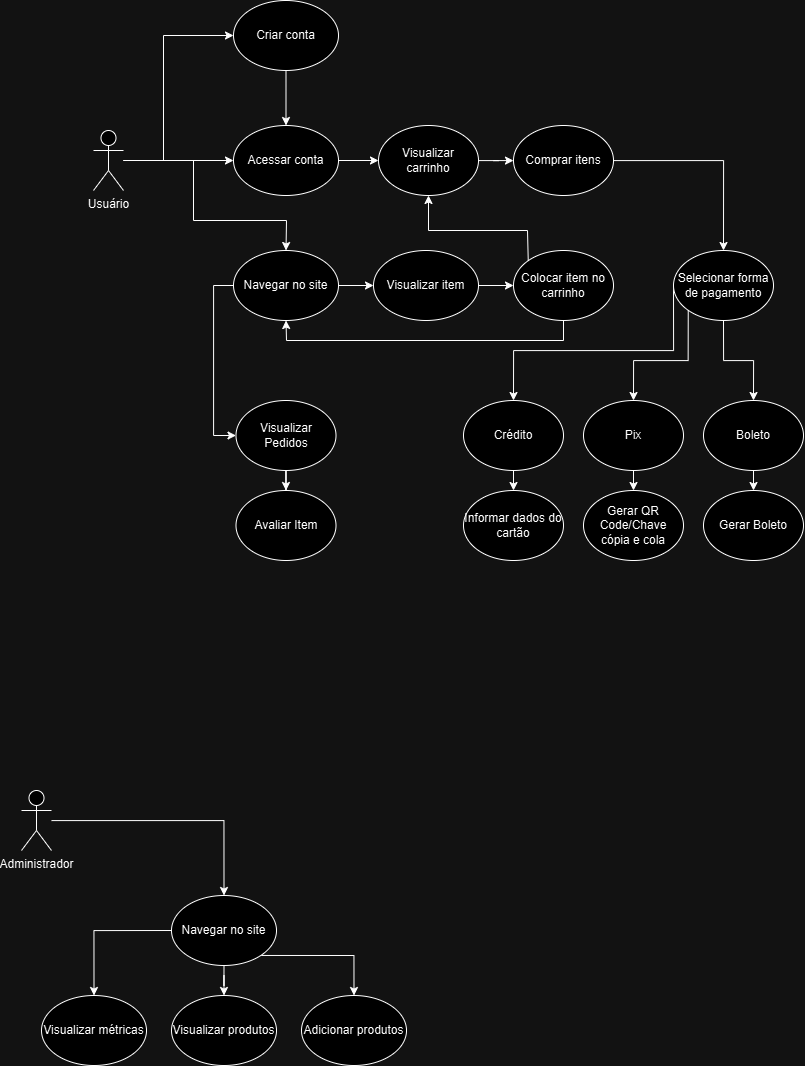
Earlier version of the draw.io export Diagrama de casos de uso.png (Fconeto/Projeto-APS). Source tidied: cells renumbered, new cells last; positions are measured from the earlier drawing's top-left corner, leaving out a move shared by most shapes. The source it was exported from:
```xml
<mxGraphModel>
  <root>
    <mxCell id="0" />
    <mxCell id="1" parent="0" />
    <mxCell id="2" style="edgeStyle=orthogonalEdgeStyle;rounded=0;jettySize=auto;html=1;entryX=0;entryY=0.5;entryDx=0;entryDy=0;" parent="1" edge="1" source="3" target="6">
      <mxGeometry relative="1" as="geometry" />
    </mxCell>
    <mxCell id="3" value="Usuário" style="shape=umlActor;verticalLabelPosition=bottom;verticalAlign=top;html=1;outlineConnect=0;" parent="1" vertex="1">
      <mxGeometry x="72" y="130" width="30" height="60" as="geometry" />
    </mxCell>
    <mxCell id="4" value="Criar conta" style="ellipse;whiteSpace=wrap;html=1;" parent="1" vertex="1">
      <mxGeometry x="212" width="105" height="70" as="geometry" />
    </mxCell>
    <mxCell id="5" style="edgeStyle=orthogonalEdgeStyle;rounded=0;jettySize=auto;html=1;" parent="1" edge="1" source="6" target="18">
      <mxGeometry relative="1" as="geometry" />
    </mxCell>
    <mxCell id="6" value="Acessar conta" style="ellipse;whiteSpace=wrap;html=1;" parent="1" vertex="1">
      <mxGeometry x="212" y="125" width="105" height="70" as="geometry" />
    </mxCell>
    <mxCell id="7" style="edgeStyle=orthogonalEdgeStyle;rounded=0;jettySize=auto;html=1;exitX=0;exitY=0.5;exitDx=0;exitDy=0;entryX=0;entryY=0.5;entryDx=0;entryDy=0;" parent="1" edge="1" source="8" target="45">
      <mxGeometry relative="1" as="geometry" />
    </mxCell>
    <mxCell id="8" value="Navegar no site" style="ellipse;whiteSpace=wrap;html=1;" parent="1" vertex="1">
      <mxGeometry x="212" y="250" width="105" height="70" as="geometry" />
    </mxCell>
    <mxCell id="9" style="endArrow=classic;html=1;rounded=0;" parent="1" edge="1">
      <mxGeometry relative="1" as="geometry">
        <mxPoint x="102" y="160" as="sourcePoint" />
        <mxPoint x="212" y="35" as="targetPoint" />
        <Array as="points">
          <mxPoint x="142" y="160" />
          <mxPoint x="142" y="35" />
        </Array>
      </mxGeometry>
    </mxCell>
    <mxCell id="10" style="endArrow=classic;html=1;rounded=0;entryX=0.5;entryY=0;entryDx=0;entryDy=0;" parent="1" edge="1" source="3" target="8">
      <mxGeometry relative="1" as="geometry">
        <Array as="points">
          <mxPoint x="172" y="160" />
          <mxPoint x="172" y="220" />
          <mxPoint x="265" y="220" />
        </Array>
      </mxGeometry>
    </mxCell>
    <mxCell id="11" style="endArrow=classic;html=1;rounded=0;exitX=0.5;exitY=1;exitDx=0;exitDy=0;" parent="1" edge="1" source="4" target="6">
      <mxGeometry relative="1" as="geometry" />
    </mxCell>
    <mxCell id="12" value="Visualizar item" style="ellipse;whiteSpace=wrap;html=1;" parent="1" vertex="1">
      <mxGeometry x="352" y="250" width="105" height="70" as="geometry" />
    </mxCell>
    <mxCell id="13" value="Colocar item no carrinho" style="ellipse;whiteSpace=wrap;html=1;" parent="1" vertex="1">
      <mxGeometry x="492" y="250" width="100" height="70" as="geometry" />
    </mxCell>
    <mxCell id="14" style="endArrow=classic;html=1;rounded=0;exitX=1;exitY=0.5;exitDx=0;exitDy=0;entryX=0;entryY=0.5;entryDx=0;entryDy=0;" parent="1" edge="1" source="8" target="12">
      <mxGeometry relative="1" as="geometry" />
    </mxCell>
    <mxCell id="15" style="endArrow=classic;html=1;rounded=0;entryX=0;entryY=0.5;entryDx=0;entryDy=0;exitX=1;exitY=0.5;exitDx=0;exitDy=0;" parent="1" edge="1" source="12" target="13">
      <mxGeometry relative="1" as="geometry" />
    </mxCell>
    <mxCell id="16" style="endArrow=classic;html=1;rounded=0;exitX=0.5;exitY=1;exitDx=0;exitDy=0;entryX=0.5;entryY=1;entryDx=0;entryDy=0;" parent="1" edge="1" source="13" target="8">
      <mxGeometry relative="1" as="geometry">
        <Array as="points">
          <mxPoint x="542" y="340" />
          <mxPoint x="265" y="340" />
        </Array>
      </mxGeometry>
    </mxCell>
    <mxCell id="17" style="edgeStyle=orthogonalEdgeStyle;rounded=0;jettySize=auto;html=1;" parent="1" edge="1" source="18" target="21">
      <mxGeometry relative="1" as="geometry" />
    </mxCell>
    <mxCell id="18" value="Visualizar carrinho" style="ellipse;whiteSpace=wrap;html=1;" parent="1" vertex="1">
      <mxGeometry x="357" y="125" width="100" height="70" as="geometry" />
    </mxCell>
    <mxCell id="19" style="endArrow=classic;html=1;rounded=0;exitX=0;exitY=0;exitDx=0;exitDy=0;entryX=0.5;entryY=1;entryDx=0;entryDy=0;" parent="1" edge="1" source="13" target="18">
      <mxGeometry relative="1" as="geometry">
        <Array as="points">
          <mxPoint x="506" y="230" />
          <mxPoint x="407" y="230" />
        </Array>
      </mxGeometry>
    </mxCell>
    <mxCell id="20" style="edgeStyle=orthogonalEdgeStyle;rounded=0;jettySize=auto;html=1;" parent="1" edge="1" source="21" target="25">
      <mxGeometry relative="1" as="geometry" />
    </mxCell>
    <mxCell id="21" value="Comprar itens" style="ellipse;whiteSpace=wrap;html=1;" parent="1" vertex="1">
      <mxGeometry x="492" y="125" width="100" height="70" as="geometry" />
    </mxCell>
    <mxCell id="22" style="edgeStyle=orthogonalEdgeStyle;rounded=0;jettySize=auto;html=1;" parent="1" edge="1" source="25" target="27">
      <mxGeometry relative="1" as="geometry" />
    </mxCell>
    <mxCell id="23" style="edgeStyle=orthogonalEdgeStyle;rounded=0;jettySize=auto;html=1;exitX=0;exitY=1;exitDx=0;exitDy=0;" parent="1" edge="1" source="25" target="28">
      <mxGeometry relative="1" as="geometry" />
    </mxCell>
    <mxCell id="24" style="edgeStyle=orthogonalEdgeStyle;rounded=0;jettySize=auto;html=1;exitX=0;exitY=0.5;exitDx=0;exitDy=0;entryX=0.5;entryY=0;entryDx=0;entryDy=0;" parent="1" edge="1" source="25" target="26">
      <mxGeometry relative="1" as="geometry">
        <Array as="points">
          <mxPoint x="652" y="350" />
          <mxPoint x="492" y="350" />
        </Array>
      </mxGeometry>
    </mxCell>
    <mxCell id="25" value="Selecionar forma de pagamento" style="ellipse;whiteSpace=wrap;html=1;" parent="1" vertex="1">
      <mxGeometry x="652" y="250" width="100" height="70" as="geometry" />
    </mxCell>
    <mxCell id="26" value="Crédito" style="ellipse;whiteSpace=wrap;html=1;" parent="1" vertex="1">
      <mxGeometry x="442" y="400" width="100" height="70" as="geometry" />
    </mxCell>
    <mxCell id="27" value="Boleto" style="ellipse;whiteSpace=wrap;html=1;" parent="1" vertex="1">
      <mxGeometry x="682" y="400" width="100" height="70" as="geometry" />
    </mxCell>
    <mxCell id="28" value="Pix" style="ellipse;whiteSpace=wrap;html=1;" parent="1" vertex="1">
      <mxGeometry x="562" y="400" width="100" height="70" as="geometry" />
    </mxCell>
    <mxCell id="29" value="Informar dados do cartão" style="ellipse;whiteSpace=wrap;html=1;" parent="1" vertex="1">
      <mxGeometry x="442" y="490" width="100" height="70" as="geometry" />
    </mxCell>
    <mxCell id="30" value="Gerar QR Code/Chave cópia e cola" style="ellipse;whiteSpace=wrap;html=1;" parent="1" vertex="1">
      <mxGeometry x="562" y="490" width="100" height="70" as="geometry" />
    </mxCell>
    <mxCell id="31" value="Gerar Boleto" style="ellipse;whiteSpace=wrap;html=1;" parent="1" vertex="1">
      <mxGeometry x="682" y="490" width="100" height="70" as="geometry" />
    </mxCell>
    <mxCell id="32" style="endArrow=classic;html=1;rounded=0;exitX=0.5;exitY=1;exitDx=0;exitDy=0;entryX=0.5;entryY=0;entryDx=0;entryDy=0;" parent="1" edge="1" source="26" target="29">
      <mxGeometry relative="1" as="geometry" />
    </mxCell>
    <mxCell id="33" style="endArrow=classic;html=1;rounded=0;exitX=0.5;exitY=1;exitDx=0;exitDy=0;entryX=0.5;entryY=0;entryDx=0;entryDy=0;" parent="1" edge="1" source="28" target="30">
      <mxGeometry relative="1" as="geometry" />
    </mxCell>
    <mxCell id="34" style="endArrow=classic;html=1;rounded=0;exitX=0.5;exitY=1;exitDx=0;exitDy=0;entryX=0.5;entryY=0;entryDx=0;entryDy=0;" parent="1" edge="1" source="27" target="31">
      <mxGeometry relative="1" as="geometry" />
    </mxCell>
    <mxCell id="35" style="edgeStyle=orthogonalEdgeStyle;rounded=0;jettySize=auto;html=1;" parent="1" edge="1" source="36" target="40">
      <mxGeometry relative="1" as="geometry" />
    </mxCell>
    <mxCell id="36" value="Administrador" style="shape=umlActor;verticalLabelPosition=bottom;verticalAlign=top;html=1;outlineConnect=0;" parent="1" vertex="1">
      <mxGeometry y="790" width="30" height="60" as="geometry" />
    </mxCell>
    <mxCell id="37" style="edgeStyle=orthogonalEdgeStyle;rounded=0;jettySize=auto;html=1;" parent="1" edge="1" source="40" target="41">
      <mxGeometry relative="1" as="geometry" />
    </mxCell>
    <mxCell id="38" style="edgeStyle=orthogonalEdgeStyle;rounded=0;jettySize=auto;html=1;exitX=1;exitY=1;exitDx=0;exitDy=0;" parent="1" edge="1" source="40" target="42">
      <mxGeometry relative="1" as="geometry" />
    </mxCell>
    <mxCell id="39" style="edgeStyle=orthogonalEdgeStyle;rounded=0;jettySize=auto;html=1;exitX=0;exitY=0.5;exitDx=0;exitDy=0;" parent="1" edge="1" source="40" target="43">
      <mxGeometry relative="1" as="geometry" />
    </mxCell>
    <mxCell id="40" value="Navegar no site" style="ellipse;whiteSpace=wrap;html=1;" parent="1" vertex="1">
      <mxGeometry x="150" y="895" width="105" height="70" as="geometry" />
    </mxCell>
    <mxCell id="41" value="Visualizar produtos" style="ellipse;whiteSpace=wrap;html=1;" parent="1" vertex="1">
      <mxGeometry x="150" y="995" width="105" height="70" as="geometry" />
    </mxCell>
    <mxCell id="42" value="Adicionar produtos" style="ellipse;whiteSpace=wrap;html=1;" parent="1" vertex="1">
      <mxGeometry x="280" y="995" width="105" height="70" as="geometry" />
    </mxCell>
    <mxCell id="43" value="Visualizar métricas" style="ellipse;whiteSpace=wrap;html=1;" parent="1" vertex="1">
      <mxGeometry x="20" y="995" width="105" height="70" as="geometry" />
    </mxCell>
    <mxCell id="44" style="edgeStyle=orthogonalEdgeStyle;rounded=0;jettySize=auto;html=1;" parent="1" edge="1" source="45" target="46">
      <mxGeometry relative="1" as="geometry" />
    </mxCell>
    <mxCell id="45" value="Visualizar Pedidos" style="ellipse;whiteSpace=wrap;html=1;" parent="1" vertex="1">
      <mxGeometry x="214.5" y="400" width="100" height="70" as="geometry" />
    </mxCell>
    <mxCell id="46" value="Avaliar Item" style="ellipse;whiteSpace=wrap;html=1;" parent="1" vertex="1">
      <mxGeometry x="214.5" y="490" width="100" height="70" as="geometry" />
    </mxCell>
  </root>
</mxGraphModel>
```
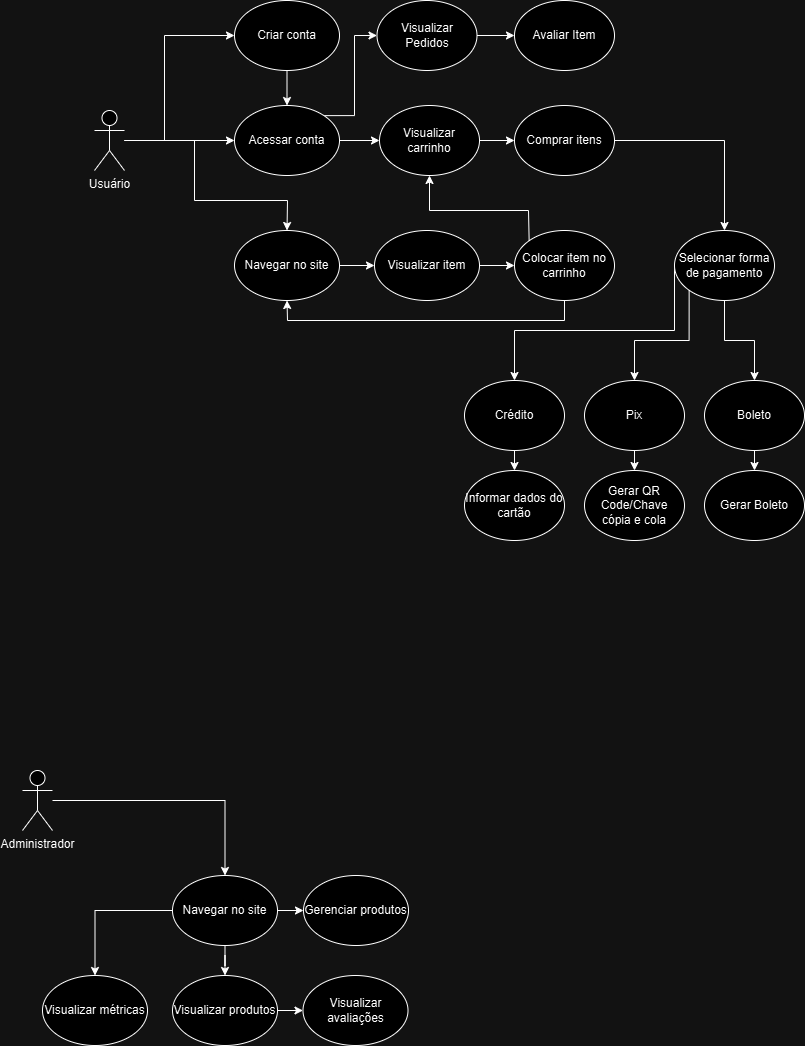
The same file after the commit.

Commit message:
Diagrama de casos de uso

Diff of the diagram source:
```diff
@@ -9,27 +9,31 @@
       <mxGeometry x="72" y="130" width="30" height="60" as="geometry" />
     </mxCell>
     <mxCell id="4" value="Criar conta" style="ellipse;whiteSpace=wrap;html=1;" parent="1" vertex="1">
-      <mxGeometry x="212" width="105" height="70" as="geometry" />
+      <mxGeometry x="212" y="20" width="105" height="70" as="geometry" />
     </mxCell>
     <mxCell id="5" style="edgeStyle=orthogonalEdgeStyle;rounded=0;jettySize=auto;html=1;" parent="1" edge="1" source="6" target="18">
       <mxGeometry relative="1" as="geometry" />
     </mxCell>
+    <mxCell id="47" style="edgeStyle=orthogonalEdgeStyle;rounded=0;jettySize=auto;html=1;exitX=1;exitY=0;exitDx=0;exitDy=0;entryX=0;entryY=0.5;entryDx=0;entryDy=0;" parent="1" edge="1" source="6" target="45">
+      <mxGeometry relative="1" as="geometry">
+        <Array as="points">
+          <mxPoint x="332" y="135" />
+          <mxPoint x="332" y="55" />
+        </Array>
+      </mxGeometry>
+    </mxCell>
     <mxCell id="6" value="Acessar conta" style="ellipse;whiteSpace=wrap;html=1;" parent="1" vertex="1">
       <mxGeometry x="212" y="125" width="105" height="70" as="geometry" />
     </mxCell>
-    <mxCell id="7" style="edgeStyle=orthogonalEdgeStyle;rounded=0;jettySize=auto;html=1;exitX=0;exitY=0.5;exitDx=0;exitDy=0;entryX=0;entryY=0.5;entryDx=0;entryDy=0;" parent="1" edge="1" source="8" target="45">
-      <mxGeometry relative="1" as="geometry" />
-    </mxCell>
     <mxCell id="8" value="Navegar no site" style="ellipse;whiteSpace=wrap;html=1;" parent="1" vertex="1">
       <mxGeometry x="212" y="250" width="105" height="70" as="geometry" />
     </mxCell>
-    <mxCell id="9" style="endArrow=classic;html=1;rounded=0;" parent="1" edge="1">
+    <mxCell id="9" style="endArrow=classic;html=1;rounded=0;entryX=0;entryY=0.5;entryDx=0;entryDy=0;" parent="1" edge="1" target="4">
       <mxGeometry relative="1" as="geometry">
         <mxPoint x="102" y="160" as="sourcePoint" />
-        <mxPoint x="212" y="35" as="targetPoint" />
         <Array as="points">
           <mxPoint x="142" y="160" />
-          <mxPoint x="142" y="35" />
+          <mxPoint x="142" y="55" />
         </Array>
       </mxGeometry>
     </mxCell>
@@ -138,20 +142,23 @@
     <mxCell id="37" style="edgeStyle=orthogonalEdgeStyle;rounded=0;jettySize=auto;html=1;" parent="1" edge="1" source="40" target="41">
       <mxGeometry relative="1" as="geometry" />
     </mxCell>
+    <mxCell id="39" style="edgeStyle=orthogonalEdgeStyle;rounded=0;jettySize=auto;html=1;exitX=0;exitY=0.5;exitDx=0;exitDy=0;" parent="1" edge="1" source="40" target="43">
+      <mxGeometry relative="1" as="geometry" />
+    </mxCell>
-    <mxCell id="38" style="edgeStyle=orthogonalEdgeStyle;rounded=0;jettySize=auto;html=1;exitX=1;exitY=1;exitDx=0;exitDy=0;" parent="1" edge="1" source="40" target="42">
+    <mxCell id="38" style="edgeStyle=orthogonalEdgeStyle;rounded=0;jettySize=auto;html=1;" parent="1" edge="1" source="40" target="42">
       <mxGeometry relative="1" as="geometry" />
     </mxCell>
-    <mxCell id="39" style="edgeStyle=orthogonalEdgeStyle;rounded=0;jettySize=auto;html=1;exitX=0;exitY=0.5;exitDx=0;exitDy=0;" parent="1" edge="1" source="40" target="43">
-      <mxGeometry relative="1" as="geometry" />
-    </mxCell>
     <mxCell id="40" value="Navegar no site" style="ellipse;whiteSpace=wrap;html=1;" parent="1" vertex="1">
       <mxGeometry x="150" y="895" width="105" height="70" as="geometry" />
     </mxCell>
+    <mxCell id="48" style="edgeStyle=orthogonalEdgeStyle;rounded=0;jettySize=auto;html=1;" parent="1" edge="1" source="41" target="49">
+      <mxGeometry relative="1" as="geometry" />
+    </mxCell>
     <mxCell id="41" value="Visualizar produtos" style="ellipse;whiteSpace=wrap;html=1;" parent="1" vertex="1">
       <mxGeometry x="150" y="995" width="105" height="70" as="geometry" />
     </mxCell>
-    <mxCell id="42" value="Adicionar produtos" style="ellipse;whiteSpace=wrap;html=1;" parent="1" vertex="1">
-      <mxGeometry x="280" y="995" width="105" height="70" as="geometry" />
+    <mxCell id="42" value="Gerenciar produtos" style="ellipse;whiteSpace=wrap;html=1;" parent="1" vertex="1">
+      <mxGeometry x="281" y="895" width="105" height="70" as="geometry" />
     </mxCell>
     <mxCell id="43" value="Visualizar métricas" style="ellipse;whiteSpace=wrap;html=1;" parent="1" vertex="1">
       <mxGeometry x="20" y="995" width="105" height="70" as="geometry" />
@@ -160,10 +167,13 @@
       <mxGeometry relative="1" as="geometry" />
     </mxCell>
     <mxCell id="45" value="Visualizar Pedidos" style="ellipse;whiteSpace=wrap;html=1;" parent="1" vertex="1">
-      <mxGeometry x="214.5" y="400" width="100" height="70" as="geometry" />
+      <mxGeometry x="354.5" y="20" width="100" height="70" as="geometry" />
     </mxCell>
     <mxCell id="46" value="Avaliar Item" style="ellipse;whiteSpace=wrap;html=1;" parent="1" vertex="1">
-      <mxGeometry x="214.5" y="490" width="100" height="70" as="geometry" />
+      <mxGeometry x="492" y="20" width="100" height="70" as="geometry" />
     </mxCell>
+    <mxCell id="49" value="Visualizar avaliações" style="ellipse;whiteSpace=wrap;html=1;" parent="1" vertex="1">
+      <mxGeometry x="280.5" y="995" width="105" height="70" as="geometry" />
+    </mxCell>
   </root>
 </mxGraphModel>
```
